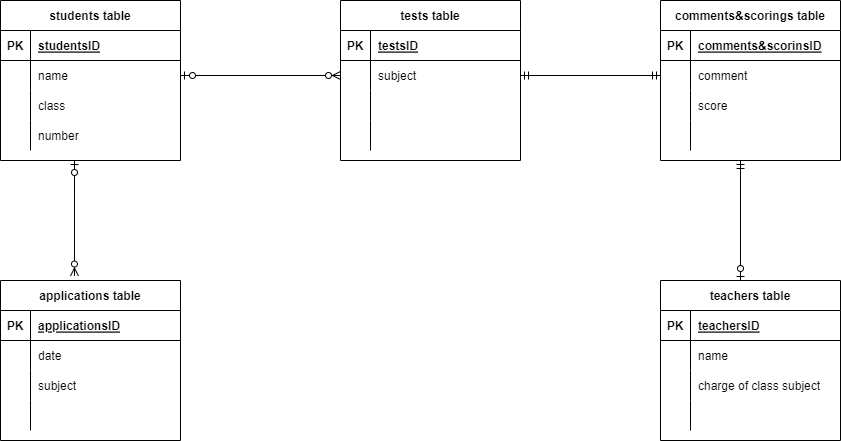
Before: .drawio.png, a diagram exported from draw.io (Aya3323/Database-exam). Source tidied: cells renumbered, new cells last; positions are measured from the earlier drawing's top-left corner, leaving out a move shared by most shapes.
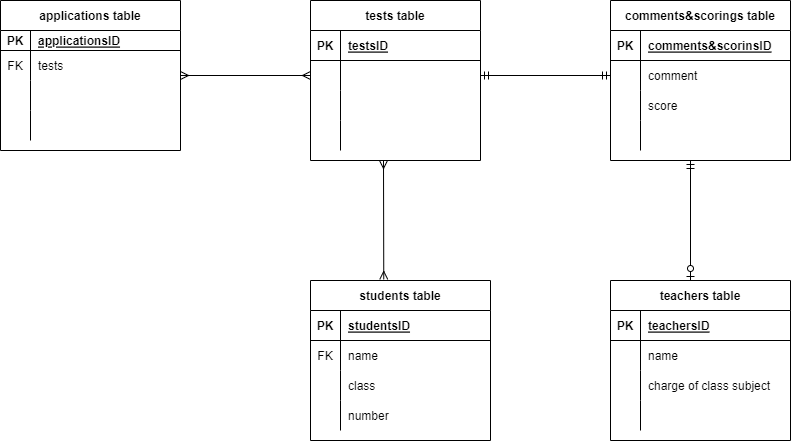
After the commit.

Diff of the diagram source:
```diff
@@ -3,7 +3,7 @@
     <mxCell id="0" />
     <mxCell id="1" parent="0" />
     <mxCell id="2" value="students table" style="shape=table;startSize=30;rowLines=0;fontStyle=1;align=center;" parent="1" vertex="1">
-      <mxGeometry width="180" height="160" as="geometry" />
+      <mxGeometry x="360" y="280" width="180" height="160" as="geometry" />
     </mxCell>
     <mxCell id="3" style="shape=partialRectangle;fillColor=none;top=0;left=0;bottom=1;right=0;" parent="2" vertex="1">
       <mxGeometry y="30" width="180" height="30" as="geometry" />
@@ -17,7 +17,7 @@
     <mxCell id="6" style="shape=partialRectangle;fillColor=none;top=0;left=0;bottom=0;right=0;points=[[0,0.5],[1,0.5]];portConstraint=eastwest;" parent="2" vertex="1">
       <mxGeometry y="60" width="180" height="30" as="geometry" />
     </mxCell>
-    <mxCell id="7" style="shape=partialRectangle;fillColor=none;top=0;left=0;bottom=0;right=0;overflow=hidden;" parent="6" vertex="1">
+    <mxCell id="7" value="FK" style="shape=partialRectangle;fillColor=none;top=0;left=0;bottom=0;right=0;overflow=hidden;" parent="6" vertex="1">
       <mxGeometry width="30" height="30" as="geometry" />
     </mxCell>
     <mxCell id="8" value="name" style="shape=partialRectangle;fillColor=none;top=0;left=0;bottom=0;right=0;align=left;spacingLeft=6;overflow=hidden;" parent="6" vertex="1">
@@ -42,43 +42,43 @@
       <mxGeometry x="30" width="150" height="30" as="geometry" />
     </mxCell>
     <mxCell id="15" value="tests table" style="shape=table;startSize=30;rowLines=0;fontStyle=1;align=center;" parent="1" vertex="1">
-      <mxGeometry x="340" width="180" height="160" as="geometry" />
+      <mxGeometry x="360" width="170" height="160" as="geometry" />
     </mxCell>
     <mxCell id="16" style="shape=partialRectangle;fillColor=none;top=0;left=0;bottom=1;right=0;" parent="15" vertex="1">
-      <mxGeometry y="30" width="180" height="30" as="geometry" />
+      <mxGeometry y="30" width="170" height="30" as="geometry" />
     </mxCell>
     <mxCell id="17" value="PK" style="shape=partialRectangle;fillColor=none;top=0;left=0;bottom=0;right=0;fontStyle=1;overflow=hidden;" parent="16" vertex="1">
       <mxGeometry width="30" height="30" as="geometry" />
     </mxCell>
     <mxCell id="18" value="testsID" style="shape=partialRectangle;fillColor=none;top=0;left=0;bottom=0;right=0;align=left;spacingLeft=6;fontStyle=5;overflow=hidden;" parent="16" vertex="1">
-      <mxGeometry x="30" width="150" height="30" as="geometry" />
+      <mxGeometry x="30" width="140" height="30" as="geometry" />
     </mxCell>
     <mxCell id="19" style="shape=partialRectangle;fillColor=none;top=0;left=0;bottom=0;right=0;points=[[0,0.5],[1,0.5]];portConstraint=eastwest;" parent="15" vertex="1">
-      <mxGeometry y="60" width="180" height="30" as="geometry" />
+      <mxGeometry y="60" width="170" height="30" as="geometry" />
     </mxCell>
     <mxCell id="20" style="shape=partialRectangle;fillColor=none;top=0;left=0;bottom=0;right=0;overflow=hidden;" parent="19" vertex="1">
       <mxGeometry width="30" height="30" as="geometry" />
     </mxCell>
-    <mxCell id="21" value="subject" style="shape=partialRectangle;fillColor=none;top=0;left=0;bottom=0;right=0;align=left;spacingLeft=6;overflow=hidden;" parent="19" vertex="1">
-      <mxGeometry x="30" width="150" height="30" as="geometry" />
+    <mxCell id="21" style="shape=partialRectangle;fillColor=none;top=0;left=0;bottom=0;right=0;align=left;spacingLeft=6;overflow=hidden;" parent="19" vertex="1">
+      <mxGeometry x="30" width="140" height="30" as="geometry" />
     </mxCell>
     <mxCell id="22" style="shape=partialRectangle;fillColor=none;top=0;left=0;bottom=0;right=0;" parent="15" vertex="1">
-      <mxGeometry y="90" width="180" height="30" as="geometry" />
+      <mxGeometry y="90" width="170" height="30" as="geometry" />
     </mxCell>
     <mxCell id="23" style="shape=partialRectangle;fillColor=none;top=0;left=0;bottom=0;right=0;overflow=hidden;" parent="22" vertex="1">
       <mxGeometry width="30" height="30" as="geometry" />
     </mxCell>
     <mxCell id="24" style="shape=partialRectangle;fillColor=none;top=0;left=0;bottom=0;right=0;align=left;spacingLeft=6;overflow=hidden;" parent="22" vertex="1">
-      <mxGeometry x="30" width="150" height="30" as="geometry" />
+      <mxGeometry x="30" width="140" height="30" as="geometry" />
     </mxCell>
     <mxCell id="25" style="shape=partialRectangle;fillColor=none;top=0;left=0;bottom=0;right=0;" parent="15" vertex="1">
-      <mxGeometry y="120" width="180" height="30" as="geometry" />
+      <mxGeometry y="120" width="170" height="30" as="geometry" />
     </mxCell>
     <mxCell id="26" style="shape=partialRectangle;fillColor=none;top=0;left=0;bottom=0;right=0;overflow=hidden;" parent="25" vertex="1">
       <mxGeometry width="30" height="30" as="geometry" />
     </mxCell>
     <mxCell id="27" style="shape=partialRectangle;fillColor=none;top=0;left=0;bottom=0;right=0;align=left;spacingLeft=6;overflow=hidden;" parent="25" vertex="1">
-      <mxGeometry x="30" width="150" height="30" as="geometry" />
+      <mxGeometry x="30" width="140" height="30" as="geometry" />
     </mxCell>
     <mxCell id="28" value="comments&amp;scorings table" style="shape=table;startSize=30;rowLines=0;fontStyle=1;align=center;" parent="1" vertex="1">
       <mxGeometry x="660" width="180" height="160" as="geometry" />
@@ -162,37 +162,37 @@
       <mxGeometry relative="1" as="geometry" />
     </mxCell>
     <mxCell id="55" value="applications table" style="shape=table;startSize=30;rowLines=0;fontStyle=1;align=center;" parent="1" vertex="1">
-      <mxGeometry y="280" width="180" height="160" as="geometry" />
+      <mxGeometry x="50" width="180" height="150" as="geometry" />
     </mxCell>
     <mxCell id="56" style="shape=partialRectangle;fillColor=none;top=0;left=0;bottom=1;right=0;" parent="55" vertex="1">
-      <mxGeometry y="30" width="180" height="30" as="geometry" />
+      <mxGeometry y="30" width="180" height="20" as="geometry" />
     </mxCell>
     <mxCell id="57" value="PK" style="shape=partialRectangle;fillColor=none;top=0;left=0;bottom=0;right=0;fontStyle=1;overflow=hidden;" parent="56" vertex="1">
-      <mxGeometry width="30" height="30" as="geometry" />
+      <mxGeometry width="30" height="20" as="geometry" />
     </mxCell>
     <mxCell id="58" value="applicationsID" style="shape=partialRectangle;fillColor=none;top=0;left=0;bottom=0;right=0;align=left;spacingLeft=6;fontStyle=5;overflow=hidden;" parent="56" vertex="1">
-      <mxGeometry x="30" width="150" height="30" as="geometry" />
+      <mxGeometry x="30" width="150" height="20" as="geometry" />
     </mxCell>
     <mxCell id="59" style="shape=partialRectangle;fillColor=none;top=0;left=0;bottom=0;right=0;" parent="55" vertex="1">
-      <mxGeometry y="60" width="180" height="30" as="geometry" />
+      <mxGeometry y="50" width="180" height="30" as="geometry" />
     </mxCell>
-    <mxCell id="60" style="shape=partialRectangle;fillColor=none;top=0;left=0;bottom=0;right=0;overflow=hidden;" parent="59" vertex="1">
+    <mxCell id="60" value="FK" style="shape=partialRectangle;fillColor=none;top=0;left=0;bottom=0;right=0;overflow=hidden;" parent="59" vertex="1">
       <mxGeometry width="30" height="30" as="geometry" />
     </mxCell>
-    <mxCell id="61" value="date" style="shape=partialRectangle;fillColor=none;top=0;left=0;bottom=0;right=0;align=left;spacingLeft=6;overflow=hidden;" parent="59" vertex="1">
+    <mxCell id="61" value="tests" style="shape=partialRectangle;fillColor=none;top=0;left=0;bottom=0;right=0;align=left;spacingLeft=6;overflow=hidden;" parent="59" vertex="1">
       <mxGeometry x="30" width="150" height="30" as="geometry" />
     </mxCell>
     <mxCell id="62" style="shape=partialRectangle;fillColor=none;top=0;left=0;bottom=0;right=0;" parent="55" vertex="1">
-      <mxGeometry y="90" width="180" height="30" as="geometry" />
+      <mxGeometry y="80" width="180" height="30" as="geometry" />
     </mxCell>
     <mxCell id="63" style="shape=partialRectangle;fillColor=none;top=0;left=0;bottom=0;right=0;overflow=hidden;" parent="62" vertex="1">
       <mxGeometry width="30" height="30" as="geometry" />
     </mxCell>
-    <mxCell id="64" value="subject" style="shape=partialRectangle;fillColor=none;top=0;left=0;bottom=0;right=0;align=left;spacingLeft=6;overflow=hidden;" parent="62" vertex="1">
+    <mxCell id="64" style="shape=partialRectangle;fillColor=none;top=0;left=0;bottom=0;right=0;align=left;spacingLeft=6;overflow=hidden;" parent="62" vertex="1">
       <mxGeometry x="30" width="150" height="30" as="geometry" />
     </mxCell>
     <mxCell id="65" style="shape=partialRectangle;fillColor=none;top=0;left=0;bottom=0;right=0;" parent="55" vertex="1">
-      <mxGeometry y="120" width="180" height="30" as="geometry" />
+      <mxGeometry y="110" width="180" height="30" as="geometry" />
     </mxCell>
     <mxCell id="66" style="shape=partialRectangle;fillColor=none;top=0;left=0;bottom=0;right=0;overflow=hidden;" parent="65" vertex="1">
       <mxGeometry width="30" height="30" as="geometry" />
@@ -200,19 +200,21 @@
     <mxCell id="67" style="shape=partialRectangle;fillColor=none;top=0;left=0;bottom=0;right=0;align=left;spacingLeft=6;overflow=hidden;" parent="65" vertex="1">
       <mxGeometry x="30" width="150" height="30" as="geometry" />
     </mxCell>
-    <mxCell id="68" style="fontSize=12;html=1;endArrow=ERzeroToMany;startArrow=ERzeroToOne;entryX=0.411;entryY=-0.028;entryDx=0;entryDy=0;entryPerimeter=0;" parent="1" edge="1" target="55">
-      <mxGeometry relative="1" as="geometry">
-        <mxPoint x="74" y="160" as="sourcePoint" />
-      </mxGeometry>
-    </mxCell>
-    <mxCell id="69" style="fontSize=12;html=1;endArrow=ERzeroToMany;startArrow=ERzeroToOne;entryX=0;entryY=0.5;entryDx=0;entryDy=0;exitX=1;exitY=0.5;exitDx=0;exitDy=0;" parent="1" edge="1" source="6" target="19">
-      <mxGeometry relative="1" as="geometry" />
-    </mxCell>
     <mxCell id="70" style="fontSize=12;html=1;endArrow=ERzeroToOne;startArrow=ERmandOne;" parent="1" edge="1">
       <mxGeometry relative="1" as="geometry">
         <mxPoint x="740" y="160" as="sourcePoint" />
         <mxPoint x="740" y="280" as="targetPoint" />
       </mxGeometry>
     </mxCell>
+    <mxCell id="71" style="fontSize=12;html=1;endArrow=ERmany;startArrow=ERmany;entryX=0;entryY=0.5;entryDx=0;entryDy=0;" parent="1" edge="1" target="19">
+      <mxGeometry relative="1" as="geometry">
+        <mxPoint x="230" y="75" as="sourcePoint" />
+      </mxGeometry>
+    </mxCell>
+    <mxCell id="72" style="fontSize=12;html=1;endArrow=ERmany;startArrow=ERmany;exitX=0.407;exitY=-0.007;exitDx=0;exitDy=0;exitPerimeter=0;" parent="1" edge="1" source="2">
+      <mxGeometry relative="1" as="geometry">
+        <mxPoint x="433" y="160" as="targetPoint" />
+      </mxGeometry>
+    </mxCell>
   </root>
 </mxGraphModel>
```
